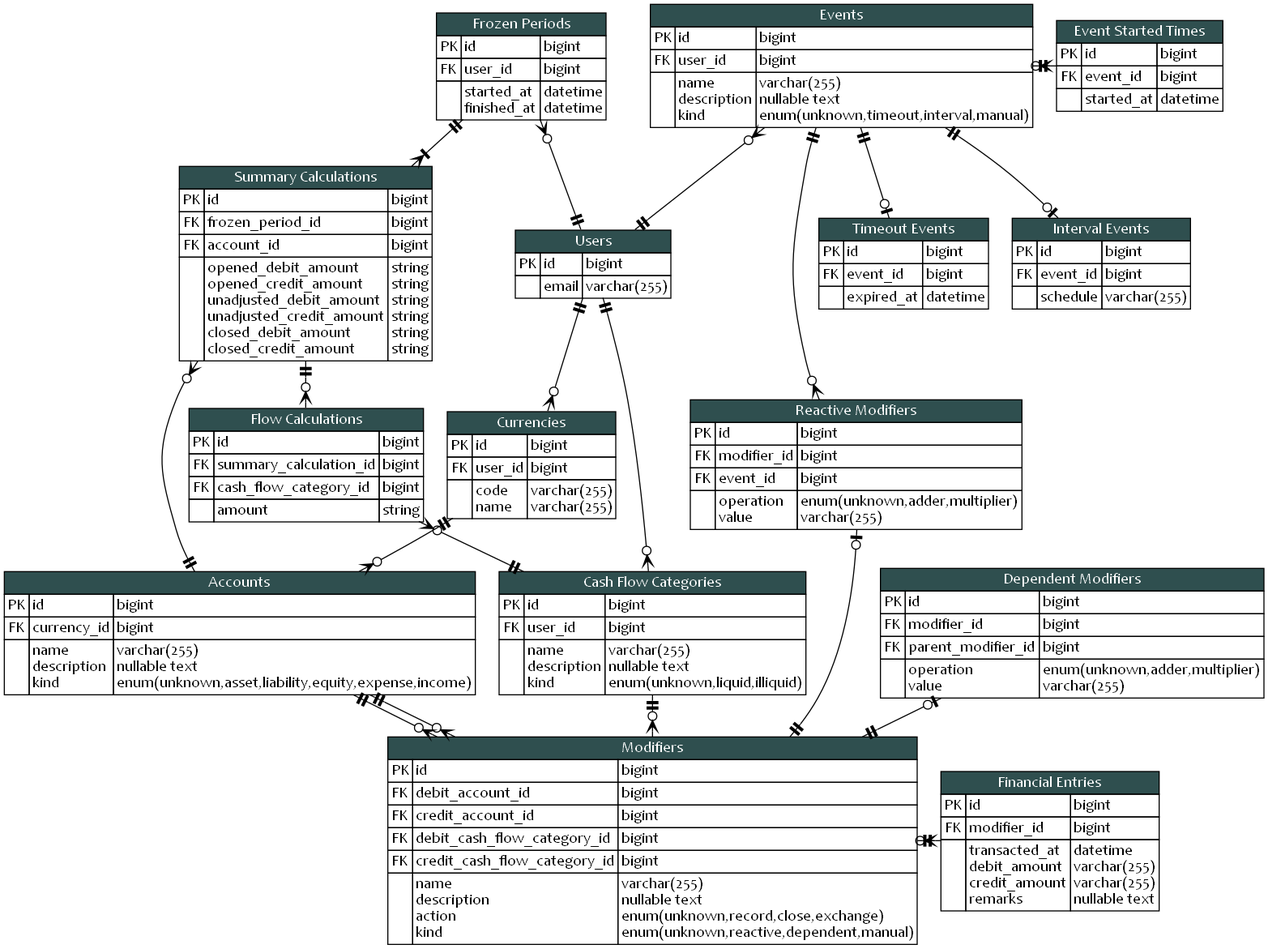
KennethTrecy/peratorakka_server keeps this Graphviz diagram as blueprint/erd.png. Above is the earlier version. Its source is kept beside it as blueprint/erd.dot. The source it was exported from:
```dot
digraph {
	graph [
		layout = dot
		splines = true
		nodesep = 0.3
	]
	{
		node [ shape = none margin = 0 fontname="Candara" ]
		users [
			label = <
			<table cellspacing="0" border="0" cellborder="1">
				<tr>
					<td colspan="3" bgcolor="darkslategray">
						<font color="white">
							Users
						</font>
					</td>
				</tr>
				<tr>
					<td>PK</td>
					<td align="left">id</td>
					<td align="left">bigint</td>
				</tr>
				<tr>
					<td></td>
					<td>
						email<br align="left"/>
					</td>
					<td>
						varchar(255)<br align="left"/>
					</td>
				</tr>
			</table>
			>
		]
		currencies [
			label = <
			<table cellspacing="0" border="0" cellborder="1">
				<tr>
					<td colspan="3" bgcolor="darkslategray">
						<font color="white">
							Currencies
						</font>
					</td>
				</tr>
				<tr>
					<td>PK</td>
					<td align="left">id</td>
					<td align="left">bigint</td>
				</tr>
				<tr>
					<td>FK</td>
					<td align="left">user_id</td>
					<td align="left">bigint</td>
				</tr>
				<tr>
					<td></td>
					<td align="left">
						code<br align="left"/>
						name<br align="left"/>
					</td>
					<td align="left">
						varchar(255)<br align="left"/>
						varchar(255)<br align="left"/>
					</td>
				</tr>
			</table>
			>
		]
		cash_flow_categories [
			label = <
			<table cellspacing="0" border="0" cellborder="1">
				<tr>
					<td colspan="3" bgcolor="darkslategray">
						<font color="white">
							Cash Flow Categories
						</font>
					</td>
				</tr>
				<tr>
					<td>PK</td>
					<td align="left">id</td>
					<td align="left">bigint</td>
				</tr>
				<tr>
					<td>FK</td>
					<td align="left">user_id</td>
					<td align="left">bigint</td>
				</tr>
				<tr>
					<td></td>
					<td align="left">
						name<br align="left"/>
						description<br align="left"/>
						kind<br align="left"/>
					</td>
					<td align="left">
						varchar(255)<br align="left"/>
						nullable text<br align="left"/>
						enum(unknown,liquid,illiquid)<br align="left"/>
					</td>
				</tr>
			</table>
			>
		]
		accounts [
			label = <
			<table cellspacing="0" border="0" cellborder="1">
				<tr>
					<td colspan="3" bgcolor="darkslategray">
						<font color="white">
							Accounts
						</font>
					</td>
				</tr>
				<tr>
					<td>PK</td>
					<td align="left">id</td>
					<td align="left">bigint</td>
				</tr>
				<tr>
					<td>FK</td>
					<td align="left">currency_id</td>
					<td align="left">bigint</td>
				</tr>
				<tr>
					<td></td>
					<td align="left">
						name<br align="left"/>
						description<br align="left"/>
						kind<br align="left"/>
					</td>
					<td align="left">
						varchar(255)<br align="left"/>
						nullable text<br align="left"/>
						enum(unknown,asset,liability,equity,expense,income)<br align="left"/>
					</td>
				</tr>
			</table>
			>
		]
		events [
			label = <
			<table cellspacing="0" border="0" cellborder="1">
				<tr>
					<td colspan="3" bgcolor="darkslategray">
						<font color="white">
							Events
						</font>
					</td>
				</tr>
				<tr>
					<td>PK</td>
					<td align="left">id</td>
					<td align="left">bigint</td>
				</tr>
				<tr>
					<td>FK</td>
					<td align="left">user_id</td>
					<td align="left">bigint</td>
				</tr>
				<tr>
					<td></td>
					<td align="left">
						name<br align="left"/>
						description<br align="left"/>
						kind<br align="left"/>
					</td>
					<td align="left">
						varchar(255)<br align="left"/>
						nullable text<br align="left"/>
						enum(unknown,timeout,interval,manual)<br align="left"/>
					</td>
				</tr>
			</table>
			>
		]
		timeout_events [
			label = <
			<table cellspacing="0" border="0" cellborder="1">
				<tr>
					<td colspan="3" bgcolor="darkslategray">
						<font color="white">
							Timeout Events
						</font>
					</td>
				</tr>
				<tr>
					<td>PK</td>
					<td align="left">id</td>
					<td align="left">bigint</td>
				</tr>
				<tr>
					<td>FK</td>
					<td align="left">event_id</td>
					<td align="left">bigint</td>
				</tr>
				<tr>
					<td></td>
					<td align="left">
						expired_at<br align="left"/>
					</td>
					<td align="left">
						datetime<br align="left"/>
					</td>
				</tr>
			</table>
			>
		]
		interval_events [
			label = <
			<table cellspacing="0" border="0" cellborder="1">
				<tr>
					<td colspan="3" bgcolor="darkslategray">
						<font color="white">
							Interval Events
						</font>
					</td>
				</tr>
				<tr>
					<td>PK</td>
					<td align="left">id</td>
					<td align="left">bigint</td>
				</tr>
				<tr>
					<td>FK</td>
					<td align="left">event_id</td>
					<td align="left">bigint</td>
				</tr>
				<tr>
					<td></td>
					<td align="left">
						schedule<br align="left"/>
					</td>
					<td align="left">
						varchar(255)<br align="left"/>
					</td>
				</tr>
			</table>
			>
		]
		event_started_times [
			label = <
			<table cellspacing="0" border="0" cellborder="1">
				<tr>
					<td colspan="3" bgcolor="darkslategray">
						<font color="white">
							Event Started Times
						</font>
					</td>
				</tr>
				<tr>
					<td>PK</td>
					<td align="left">id</td>
					<td align="left">bigint</td>
				</tr>
				<tr>
					<td>FK</td>
					<td align="left">event_id</td>
					<td align="left">bigint</td>
				</tr>
				<tr>
					<td></td>
					<td align="left">
						started_at<br align="left"/>
					</td>
					<td align="left">
						datetime<br align="left"/>
					</td>
				</tr>
			</table>
			>
		]
		modifiers [
			label = <
			<table cellspacing="0" border="0" cellborder="1">
				<tr>
					<td colspan="3" bgcolor="darkslategray">
						<font color="white">
							Modifiers
						</font>
					</td>
				</tr>
				<tr>
					<td>PK</td>
					<td align="left">id</td>
					<td align="left">bigint</td>
				</tr>
				<tr>
					<td>FK</td>
					<td align="left">debit_account_id</td>
					<td align="left">bigint</td>
				</tr>
				<tr>
					<td>FK</td>
					<td align="left">credit_account_id</td>
					<td align="left">bigint</td>
				</tr>
				<tr>
					<td>FK</td>
					<td align="left">debit_cash_flow_category_id</td>
					<td align="left">bigint</td>
				</tr>
				<tr>
					<td>FK</td>
					<td align="left">credit_cash_flow_category_id</td>
					<td align="left">bigint</td>
				</tr>
				<tr>
					<td></td>
					<td align="left">
						name<br align="left"/>
						description<br align="left"/>
						action<br align="left"/>
						kind<br align="left"/>
					</td>
					<td align="left">
						varchar(255)<br align="left"/>
						nullable text<br align="left"/>
						enum(unknown,record,close,exchange)<br align="left"/>
						enum(unknown,reactive,dependent,manual)<br align="left"/>
					</td>
				</tr>
			</table>
			>
		]
		reactive_modifiers [
			label = <
			<table cellspacing="0" border="0" cellborder="1">
				<tr>
					<td colspan="3" bgcolor="darkslategray">
						<font color="white">
							Reactive Modifiers
						</font>
					</td>
				</tr>
				<tr>
					<td>PK</td>
					<td align="left">id</td>
					<td align="left">bigint</td>
				</tr>
				<tr>
					<td>FK</td>
					<td align="left">modifier_id</td>
					<td align="left">bigint</td>
				</tr>
				<tr>
					<td>FK</td>
					<td align="left">event_id</td>
					<td align="left">bigint</td>
				</tr>
				<tr>
					<td></td>
					<td align="left">
						operation<br align="left"/>
						value<br align="left"/>
					</td>
					<td align="left">
						enum(unknown,adder,multiplier)<br align="left"/>
						varchar(255)<br align="left"/>
					</td>
				</tr>
			</table>
			>
		]
		dependent_modifiers [
			label = <
			<table cellspacing="0" border="0" cellborder="1">
				<tr>
					<td colspan="3" bgcolor="darkslategray">
						<font color="white">
							Dependent Modifiers
						</font>
					</td>
				</tr>
				<tr>
					<td>PK</td>
					<td align="left">id</td>
					<td align="left">bigint</td>
				</tr>
				<tr>
					<td>FK</td>
					<td align="left">modifier_id</td>
					<td align="left">bigint</td>
				</tr>
				<tr>
					<td>FK</td>
					<td align="left">parent_modifier_id</td>
					<td align="left">bigint</td>
				</tr>
				<tr>
					<td></td>
					<td align="left">
						operation<br align="left"/>
						value<br align="left"/>
					</td>
					<td align="left">
						enum(unknown,adder,multiplier)<br align="left"/>
						varchar(255)<br align="left"/>
					</td>
				</tr>
			</table>
			>
		]
		financial_entries [
			label = <
			<table cellspacing="0" border="0" cellborder="1">
				<tr>
					<td colspan="3" bgcolor="darkslategray">
						<font color="white">
							Financial Entries
						</font>
					</td>
				</tr>
				<tr>
					<td>PK</td>
					<td align="left">id</td>
					<td align="left">bigint</td>
				</tr>
				<tr>
					<td>FK</td>
					<td align="left">modifier_id</td>
					<td align="left">bigint</td>
				</tr>
				<tr>
					<td></td>
					<td align="left">
						transacted_at<br align="left"/>
						debit_amount<br align="left"/>
						credit_amount<br align="left"/>
						remarks<br align="left"/>
					</td>
					<td align="left">
						datetime<br align="left"/>
						varchar(255)<br align="left"/>
						varchar(255)<br align="left"/>
						nullable text<br align="left"/>
					</td>
				</tr>
			</table>
			>
		]
		frozen_periods [
			label = <
			<table cellspacing="0" border="0" cellborder="1">
				<tr>
					<td colspan="3" bgcolor="darkslategray">
						<font color="white">
							Frozen Periods
						</font>
					</td>
				</tr>
				<tr>
					<td>PK</td>
					<td align="left">id</td>
					<td align="left">bigint</td>
				</tr>
				<tr>
					<td>FK</td>
					<td align="left">user_id</td>
					<td align="left">bigint</td>
				</tr>
				<tr>
					<td></td>
					<td align="left">
						started_at<br align="left"/>
						finished_at<br align="left"/>
					</td>
					<td align="left">
						datetime<br align="left"/>
						datetime<br align="left"/>
					</td>
				</tr>
			</table>
			>
		]
		summary_calculations [
			label = <
			<table cellspacing="0" border="0" cellborder="1">
				<tr>
					<td colspan="3" bgcolor="darkslategray">
						<font color="white">
							Summary Calculations
						</font>
					</td>
				</tr>
				<tr>
					<td>PK</td>
					<td align="left">id</td>
					<td align="left">bigint</td>
				</tr>
				<tr>
					<td>FK</td>
					<td align="left">frozen_period_id</td>
					<td align="left">bigint</td>
				</tr>
				<tr>
					<td>FK</td>
					<td align="left">account_id</td>
					<td align="left">bigint</td>
				</tr>
				<tr>
					<td></td>
					<td align="left">
						opened_debit_amount<br align="left"/>
						opened_credit_amount<br align="left"/>
						unadjusted_debit_amount<br align="left"/>
						unadjusted_credit_amount<br align="left"/>
						closed_debit_amount<br align="left"/>
						closed_credit_amount<br align="left"/>
					</td>
					<td align="left">
						string<br align="left"/>
						string<br align="left"/>
						string<br align="left"/>
						string<br align="left"/>
						string<br align="left"/>
						string<br align="left"/>
					</td>
				</tr>
			</table>
			>
		]
		flow_calculations [
			label = <
			<table cellspacing="0" border="0" cellborder="1">
				<tr>
					<td colspan="3" bgcolor="darkslategray">
						<font color="white">
							Flow Calculations
						</font>
					</td>
				</tr>
				<tr>
					<td>PK</td>
					<td align="left">id</td>
					<td align="left">bigint</td>
				</tr>
				<tr>
					<td>FK</td>
					<td align="left">summary_calculation_id</td>
					<td align="left">bigint</td>
				</tr>
				<tr>
					<td>FK</td>
					<td align="left">cash_flow_category_id</td>
					<td align="left">bigint</td>
				</tr>
				<tr>
					<td></td>
					<td align="left">
						amount<br align="left"/>
					</td>
					<td align="left">
						string<br align="left"/>
					</td>
				</tr>
			</table>
			>
		]
	}

	edge [ dir = "both" ]
	{
		edge [
			arrowhead = noneteeodot
			arrowtail = noneteetee
		]

		events -> timeout_events
		events -> interval_events
		modifiers -> reactive_modifiers
		modifiers -> dependent_modifiers
	}

	{
		edge [
			arrowhead = nonecrowodot
			arrowtail = noneteetee
		]

		users -> currencies
		users -> cash_flow_categories
		cash_flow_categories -> flow_calculations
		currencies -> accounts
		users -> events
		accounts -> modifiers
		accounts -> modifiers
		events -> event_started_times
		events -> reactive_modifiers
		modifiers -> financial_entries
		users -> frozen_periods
		accounts -> summary_calculations
		cash_flow_categories -> modifiers
		summary_calculations -> flow_calculations
	}

	{
		edge [
			arrowhead = nonecrowodot
			arrowtail = noneteeodot
		]
	}

	{
		edge [
			arrowhead = nonecrowtee
			arrowtail = noneteetee
		]

		frozen_periods -> summary_calculations
	}

	{
		rank = source;
		events
		frozen_periods
		event_started_times
	}

	{
		rank = same;
		users
		interval_events
		timeout_events
		summary_calculations
	}

	{
		rank = same;
		currencies
		flow_calculations
		reactive_modifiers
	}

	{
		rank = same;
		accounts
		cash_flow_categories
		dependent_modifiers
	}

	{
		rank = same;
		modifiers

		financial_entries
	}

	{
		rank = sink;
	}
}
```
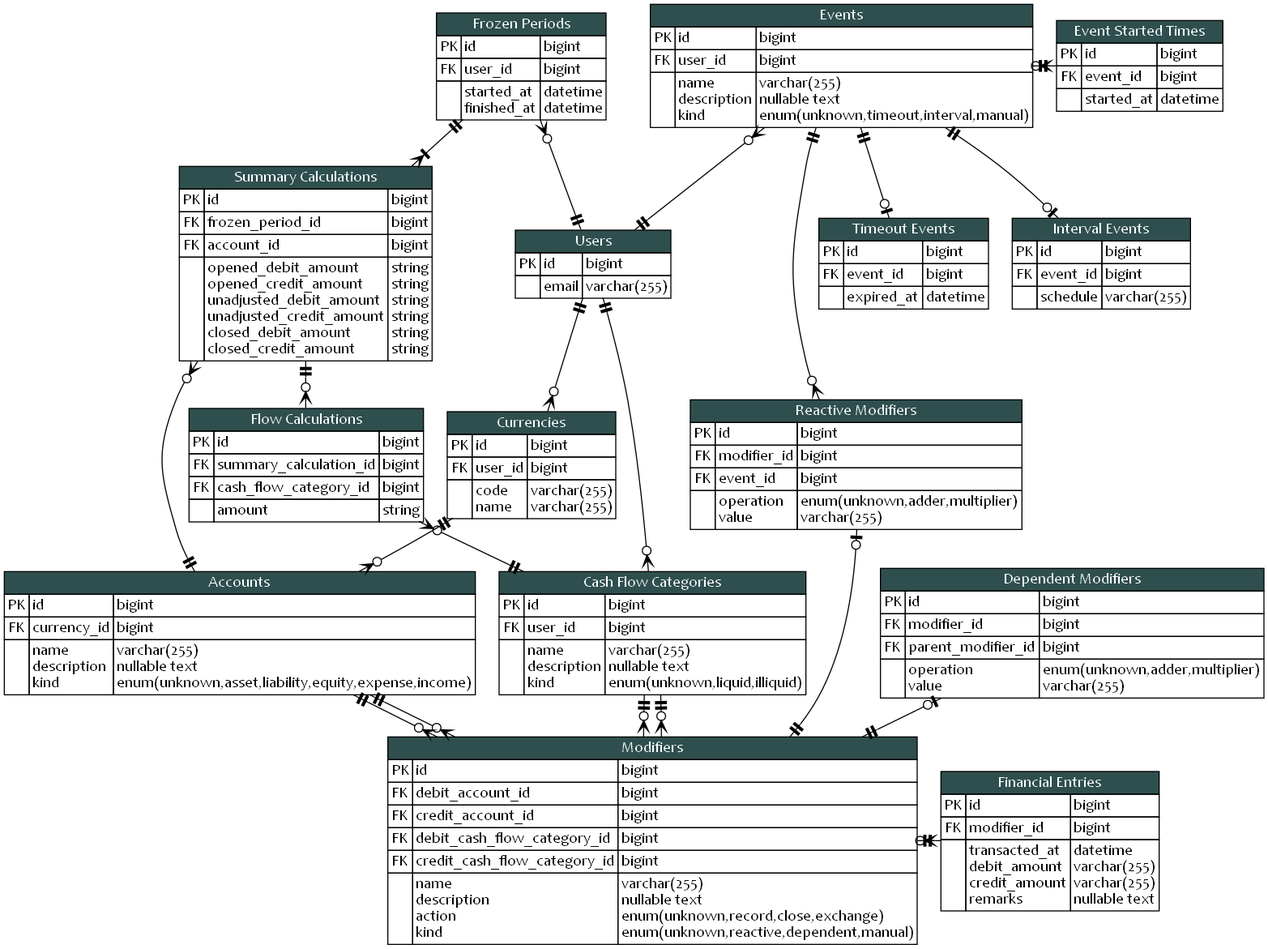
After the commit.

Commit message:
docs(blueprint): consider double relationship of modifiers

Change to the diagram source:
```diff
@@ -592,6 +592,7 @@
 		users -> frozen_periods
 		accounts -> summary_calculations
 		cash_flow_categories -> modifiers
+		cash_flow_categories -> modifiers
 		summary_calculations -> flow_calculations
 	}
 
```
